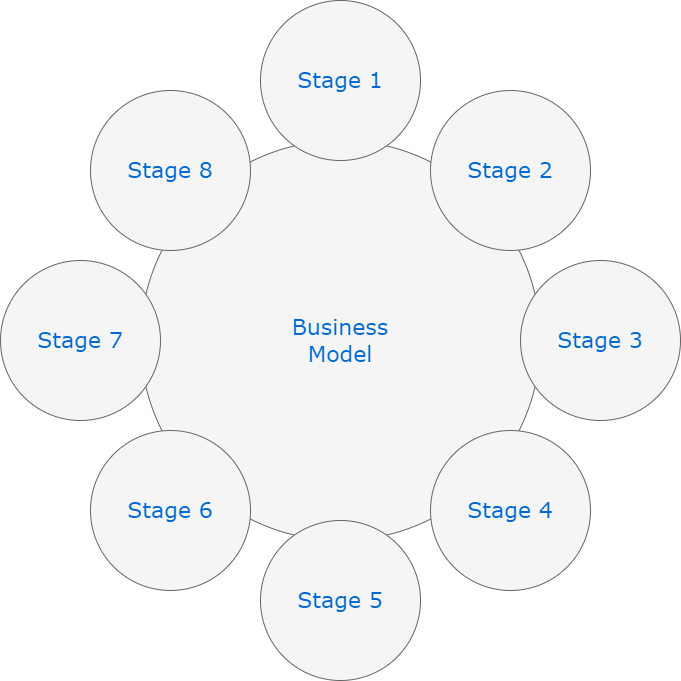
Above: 2_Architecture/UseCase Diagram.drawio.png in sridharankv/M1_March_2022 (draw.io), before the change. Source tidied: cells renumbered, new cells last; positions are measured from the earlier drawing's top-left corner, leaving out a move shared by most shapes. The source it was exported from:
```xml
<mxGraphModel>
  <root>
    <mxCell id="0" />
    <mxCell id="1" parent="0" />
    <mxCell id="2" value="Business&lt;div&gt;Model&lt;/div&gt;" style="ellipse;whiteSpace=wrap;html=1;rounded=0;shadow=0;dashed=0;comic=0;fontFamily=Verdana;fontSize=22;fontColor=#0069D1;fillColor=#f5f5f5;strokeColor=#666666;" parent="1" vertex="1">
      <mxGeometry x="140" y="140" width="400" height="400" as="geometry" />
    </mxCell>
    <mxCell id="3" value="Stage 1" style="ellipse;whiteSpace=wrap;html=1;rounded=0;shadow=0;dashed=0;comic=0;fontFamily=Verdana;fontSize=22;fontColor=#0069D1;fillColor=#f5f5f5;strokeColor=#666666;" parent="1" vertex="1">
      <mxGeometry x="260" width="160" height="160" as="geometry" />
    </mxCell>
    <mxCell id="4" value="Stage 5" style="ellipse;whiteSpace=wrap;html=1;rounded=0;shadow=0;dashed=0;comic=0;fontFamily=Verdana;fontSize=22;fontColor=#0069D1;fillColor=#f5f5f5;strokeColor=#666666;" parent="1" vertex="1">
      <mxGeometry x="260" y="520" width="160" height="160" as="geometry" />
    </mxCell>
    <mxCell id="5" value="Stage 3" style="ellipse;whiteSpace=wrap;html=1;rounded=0;shadow=0;dashed=0;comic=0;fontFamily=Verdana;fontSize=22;fontColor=#0069D1;fillColor=#f5f5f5;strokeColor=#666666;" parent="1" vertex="1">
      <mxGeometry x="520" y="260" width="160" height="160" as="geometry" />
    </mxCell>
    <mxCell id="6" value="Stage 7" style="ellipse;whiteSpace=wrap;html=1;rounded=0;shadow=0;dashed=0;comic=0;fontFamily=Verdana;fontSize=22;fontColor=#0069D1;fillColor=#f5f5f5;strokeColor=#666666;" parent="1" vertex="1">
      <mxGeometry y="260" width="160" height="160" as="geometry" />
    </mxCell>
    <mxCell id="7" value="Stage 8" style="ellipse;whiteSpace=wrap;html=1;rounded=0;shadow=0;dashed=0;comic=0;fontFamily=Verdana;fontSize=22;fontColor=#0069D1;fillColor=#f5f5f5;strokeColor=#666666;" parent="1" vertex="1">
      <mxGeometry x="90" y="90" width="160" height="160" as="geometry" />
    </mxCell>
    <mxCell id="8" value="Stage 2" style="ellipse;whiteSpace=wrap;html=1;rounded=0;shadow=0;dashed=0;comic=0;fontFamily=Verdana;fontSize=22;fontColor=#0069D1;fillColor=#f5f5f5;strokeColor=#666666;" parent="1" vertex="1">
      <mxGeometry x="430" y="90" width="160" height="160" as="geometry" />
    </mxCell>
    <mxCell id="9" value="Stage 4" style="ellipse;whiteSpace=wrap;html=1;rounded=0;shadow=0;dashed=0;comic=0;fontFamily=Verdana;fontSize=22;fontColor=#0069D1;fillColor=#f5f5f5;strokeColor=#666666;" parent="1" vertex="1">
      <mxGeometry x="430" y="430" width="160" height="160" as="geometry" />
    </mxCell>
    <mxCell id="10" value="Stage 6" style="ellipse;whiteSpace=wrap;html=1;rounded=0;shadow=0;dashed=0;comic=0;fontFamily=Verdana;fontSize=22;fontColor=#0069D1;fillColor=#f5f5f5;strokeColor=#666666;" parent="1" vertex="1">
      <mxGeometry x="90" y="430" width="160" height="160" as="geometry" />
    </mxCell>
  </root>
</mxGraphModel>
```
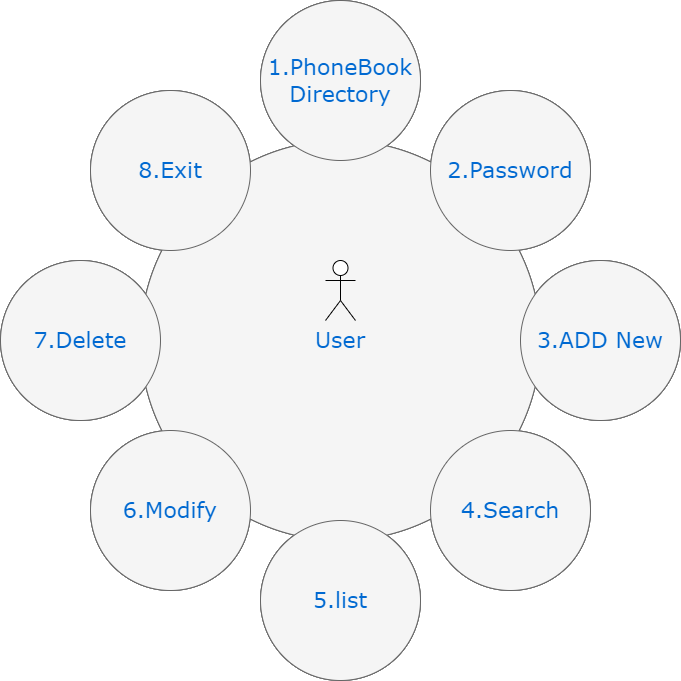
Above is the later version.

Diff of the diagram source:
```diff
@@ -29,5 +29,62 @@
     <mxCell id="10" value="Stage 6" style="ellipse;whiteSpace=wrap;html=1;rounded=0;shadow=0;dashed=0;comic=0;fontFamily=Verdana;fontSize=22;fontColor=#0069D1;fillColor=#f5f5f5;strokeColor=#666666;" parent="1" vertex="1">
       <mxGeometry x="90" y="430" width="160" height="160" as="geometry" />
     </mxCell>
+    <mxCell id="11" value="Business&lt;div&gt;Model&lt;/div&gt;" style="ellipse;whiteSpace=wrap;html=1;rounded=0;shadow=0;dashed=0;comic=0;fontFamily=Verdana;fontSize=22;fontColor=#0069D1;fillColor=#f5f5f5;strokeColor=#666666;" parent="1" vertex="1">
+      <mxGeometry x="140" y="140" width="400" height="400" as="geometry" />
+    </mxCell>
+    <mxCell id="12" value="Stage 1" style="ellipse;whiteSpace=wrap;html=1;rounded=0;shadow=0;dashed=0;comic=0;fontFamily=Verdana;fontSize=22;fontColor=#0069D1;fillColor=#f5f5f5;strokeColor=#666666;" parent="1" vertex="1">
+      <mxGeometry x="260" width="160" height="160" as="geometry" />
+    </mxCell>
+    <mxCell id="13" value="Stage 5" style="ellipse;whiteSpace=wrap;html=1;rounded=0;shadow=0;dashed=0;comic=0;fontFamily=Verdana;fontSize=22;fontColor=#0069D1;fillColor=#f5f5f5;strokeColor=#666666;" parent="1" vertex="1">
+      <mxGeometry x="260" y="520" width="160" height="160" as="geometry" />
+    </mxCell>
+    <mxCell id="14" value="Stage 3" style="ellipse;whiteSpace=wrap;html=1;rounded=0;shadow=0;dashed=0;comic=0;fontFamily=Verdana;fontSize=22;fontColor=#0069D1;fillColor=#f5f5f5;strokeColor=#666666;" parent="1" vertex="1">
+      <mxGeometry x="520" y="260" width="160" height="160" as="geometry" />
+    </mxCell>
+    <mxCell id="15" value="Stage 7" style="ellipse;whiteSpace=wrap;html=1;rounded=0;shadow=0;dashed=0;comic=0;fontFamily=Verdana;fontSize=22;fontColor=#0069D1;fillColor=#f5f5f5;strokeColor=#666666;" parent="1" vertex="1">
+      <mxGeometry y="260" width="160" height="160" as="geometry" />
+    </mxCell>
+    <mxCell id="16" value="Stage 8" style="ellipse;whiteSpace=wrap;html=1;rounded=0;shadow=0;dashed=0;comic=0;fontFamily=Verdana;fontSize=22;fontColor=#0069D1;fillColor=#f5f5f5;strokeColor=#666666;" parent="1" vertex="1">
+      <mxGeometry x="90" y="90" width="160" height="160" as="geometry" />
+    </mxCell>
+    <mxCell id="17" value="Stage 2" style="ellipse;whiteSpace=wrap;html=1;rounded=0;shadow=0;dashed=0;comic=0;fontFamily=Verdana;fontSize=22;fontColor=#0069D1;fillColor=#f5f5f5;strokeColor=#666666;" parent="1" vertex="1">
+      <mxGeometry x="430" y="90" width="160" height="160" as="geometry" />
+    </mxCell>
+    <mxCell id="18" value="Stage 4" style="ellipse;whiteSpace=wrap;html=1;rounded=0;shadow=0;dashed=0;comic=0;fontFamily=Verdana;fontSize=22;fontColor=#0069D1;fillColor=#f5f5f5;strokeColor=#666666;" parent="1" vertex="1">
+      <mxGeometry x="430" y="430" width="160" height="160" as="geometry" />
+    </mxCell>
+    <mxCell id="19" value="Stage 6" style="ellipse;whiteSpace=wrap;html=1;rounded=0;shadow=0;dashed=0;comic=0;fontFamily=Verdana;fontSize=22;fontColor=#0069D1;fillColor=#f5f5f5;strokeColor=#666666;" parent="1" vertex="1">
+      <mxGeometry x="90" y="430" width="160" height="160" as="geometry" />
+    </mxCell>
+    <mxCell id="20" value="User" style="ellipse;whiteSpace=wrap;html=1;rounded=0;shadow=0;dashed=0;comic=0;fontFamily=Verdana;fontSize=22;fontColor=#0069D1;fillColor=#f5f5f5;strokeColor=#666666;" parent="1" vertex="1">
+      <mxGeometry x="140" y="140" width="400" height="400" as="geometry" />
+    </mxCell>
+    <mxCell id="21" value="1.PhoneBook&lt;br&gt;Directory" style="ellipse;whiteSpace=wrap;html=1;rounded=0;shadow=0;dashed=0;comic=0;fontFamily=Verdana;fontSize=22;fontColor=#0069D1;fillColor=#f5f5f5;strokeColor=#666666;" parent="1" vertex="1">
+      <mxGeometry x="260" width="160" height="160" as="geometry" />
+    </mxCell>
+    <mxCell id="22" value="5.list" style="ellipse;whiteSpace=wrap;html=1;rounded=0;shadow=0;dashed=0;comic=0;fontFamily=Verdana;fontSize=22;fontColor=#0069D1;fillColor=#f5f5f5;strokeColor=#666666;" parent="1" vertex="1">
+      <mxGeometry x="260" y="520" width="160" height="160" as="geometry" />
+    </mxCell>
+    <mxCell id="23" value="3.ADD New" style="ellipse;whiteSpace=wrap;html=1;rounded=0;shadow=0;dashed=0;comic=0;fontFamily=Verdana;fontSize=22;fontColor=#0069D1;fillColor=#f5f5f5;strokeColor=#666666;" parent="1" vertex="1">
+      <mxGeometry x="520" y="260" width="160" height="160" as="geometry" />
+    </mxCell>
+    <mxCell id="24" value="7.Delete" style="ellipse;whiteSpace=wrap;html=1;rounded=0;shadow=0;dashed=0;comic=0;fontFamily=Verdana;fontSize=22;fontColor=#0069D1;fillColor=#f5f5f5;strokeColor=#666666;" parent="1" vertex="1">
+      <mxGeometry y="260" width="160" height="160" as="geometry" />
+    </mxCell>
+    <mxCell id="25" value="8.Exit" style="ellipse;whiteSpace=wrap;html=1;rounded=0;shadow=0;dashed=0;comic=0;fontFamily=Verdana;fontSize=22;fontColor=#0069D1;fillColor=#f5f5f5;strokeColor=#666666;" parent="1" vertex="1">
+      <mxGeometry x="90" y="90" width="160" height="160" as="geometry" />
+    </mxCell>
+    <mxCell id="26" value="2.Password" style="ellipse;whiteSpace=wrap;html=1;rounded=0;shadow=0;dashed=0;comic=0;fontFamily=Verdana;fontSize=22;fontColor=#0069D1;fillColor=#f5f5f5;strokeColor=#666666;" parent="1" vertex="1">
+      <mxGeometry x="430" y="90" width="160" height="160" as="geometry" />
+    </mxCell>
+    <mxCell id="27" value="4.Search" style="ellipse;whiteSpace=wrap;html=1;rounded=0;shadow=0;dashed=0;comic=0;fontFamily=Verdana;fontSize=22;fontColor=#0069D1;fillColor=#f5f5f5;strokeColor=#666666;" parent="1" vertex="1">
+      <mxGeometry x="430" y="430" width="160" height="160" as="geometry" />
+    </mxCell>
+    <mxCell id="28" value="6.Modify" style="ellipse;whiteSpace=wrap;html=1;rounded=0;shadow=0;dashed=0;comic=0;fontFamily=Verdana;fontSize=22;fontColor=#0069D1;fillColor=#f5f5f5;strokeColor=#666666;" parent="1" vertex="1">
+      <mxGeometry x="90" y="430" width="160" height="160" as="geometry" />
+    </mxCell>
+    <mxCell id="29" style="shape=umlActor;verticalLabelPosition=bottom;verticalAlign=top;html=1;" parent="1" vertex="1">
+      <mxGeometry x="325" y="260" width="30" height="60" as="geometry" />
+    </mxCell>
   </root>
 </mxGraphModel>
```
